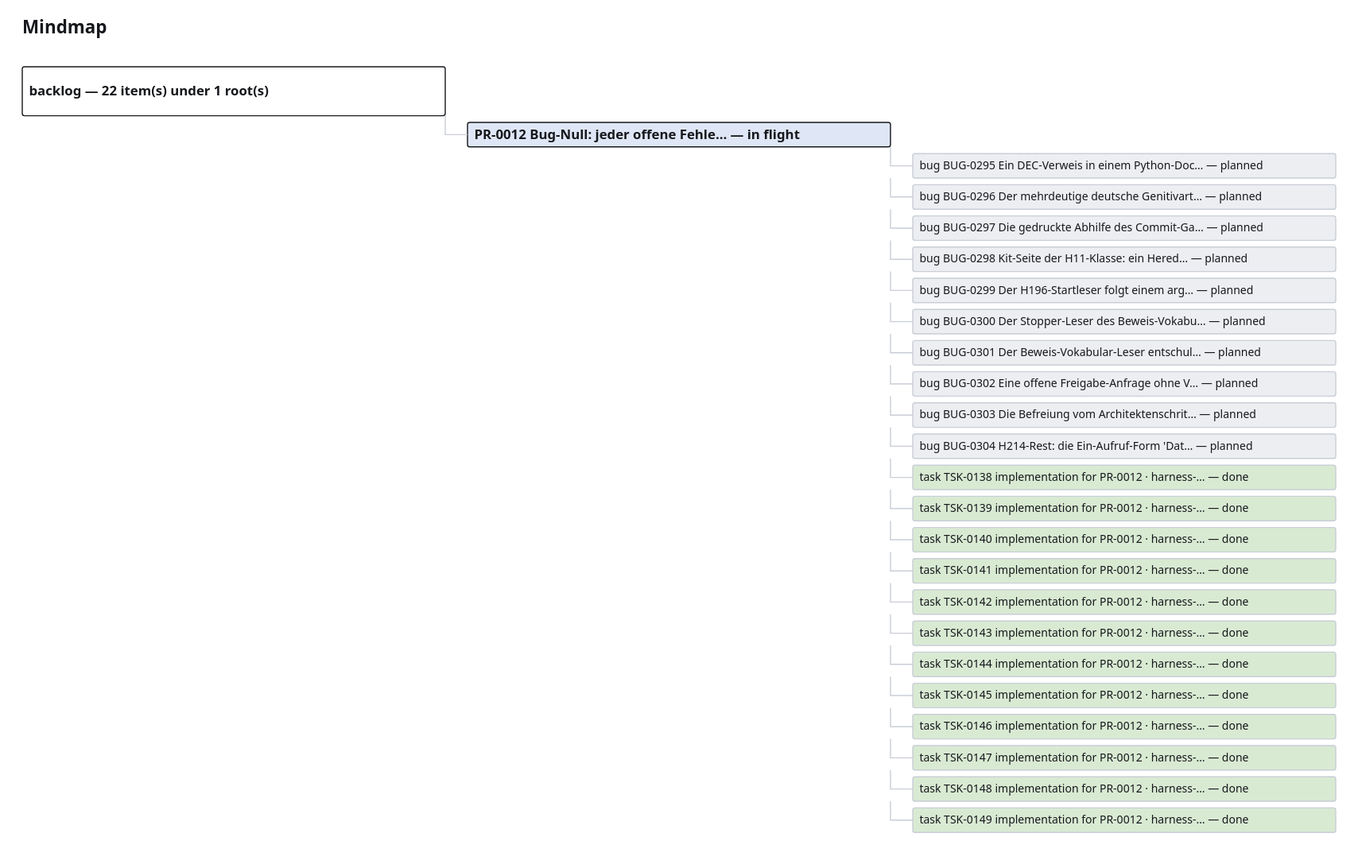
Earlier version of the draw.io export project_memory/generated/mindmap.drawio.svg (GiaZenX/harness). Source tidied: cells renumbered, new cells last; positions are measured from the earlier drawing's top-left corner, leaving out a move shared by most shapes.
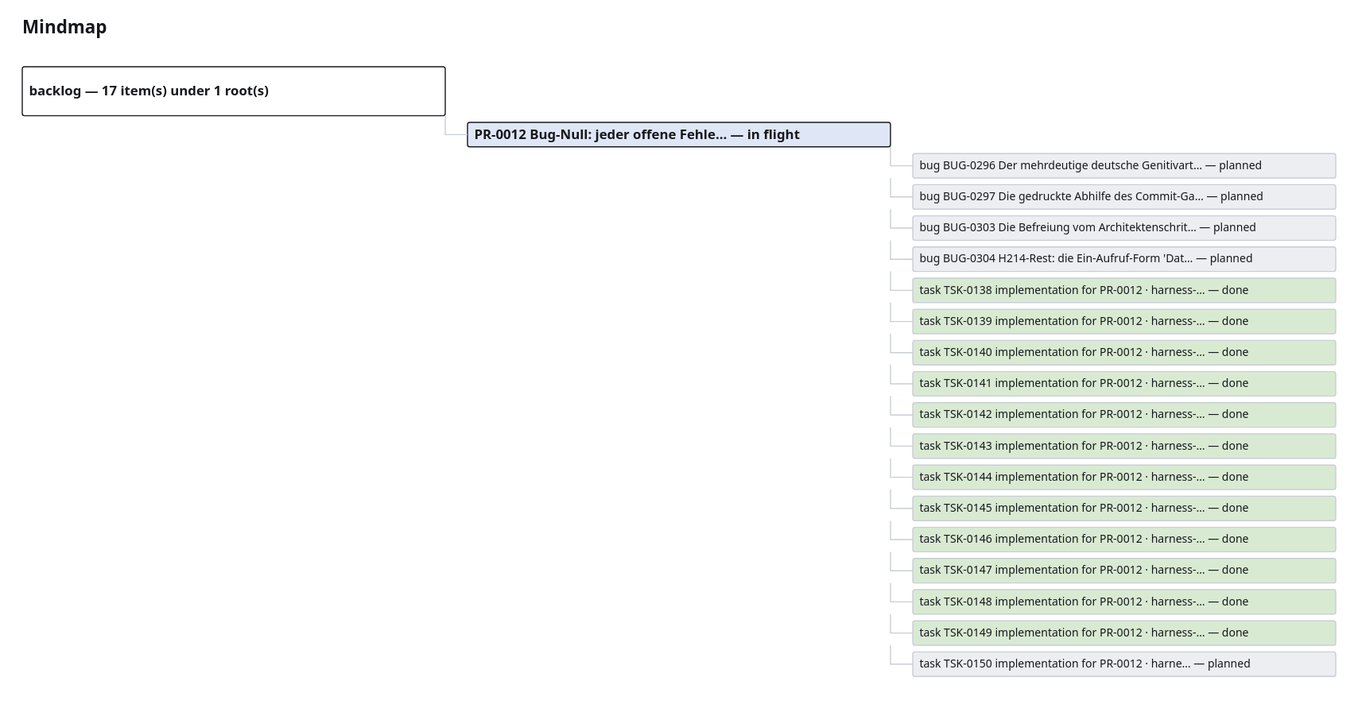
The same diagram one commit later.

What changed in the source:
```diff
@@ -5,7 +5,7 @@
     <mxCell id="2" value="Mindmap" style="text;html=1;fontSize=16;fontStyle=1;" parent="1" vertex="1">
       <mxGeometry width="300" height="20" as="geometry" />
     </mxCell>
-    <mxCell id="3" value="backlog — 22 item(s) under 1 root(s)" style="rounded=1;whiteSpace=wrap;html=1;fillColor=#ffffff;strokeColor=#16181c;fontSize=12;fontStyle=1;" parent="1" vertex="1">
+    <mxCell id="3" value="backlog — 17 item(s) under 1 root(s)" style="rounded=1;whiteSpace=wrap;html=1;fillColor=#ffffff;strokeColor=#16181c;fontSize=12;fontStyle=1;" parent="1" vertex="1">
       <mxGeometry y="44" width="380" height="44" as="geometry" />
     </mxCell>
     <mxCell id="4" value="PR-0012 Bug-Null: jeder offene Fehle… — in flight" style="rounded=1;whiteSpace=wrap;html=1;fillColor=#dfe6f5;strokeColor=#16181c;fontSize=12;fontStyle=1;" parent="1" vertex="1">
@@ -14,137 +14,107 @@
     <mxCell id="5" style="edgeStyle=orthogonalEdgeStyle;endArrow=none;strokeColor=#c9ced6;" parent="1" edge="1" source="3" target="4">
       <mxGeometry relative="1" as="geometry" />
     </mxCell>
-    <mxCell id="6" value="bug BUG-0295 Ein DEC-Verweis in einem Python-Doc… — planned" style="rounded=1;whiteSpace=wrap;html=1;fillColor=#eceef1;strokeColor=#c9ced6;fontSize=10;" parent="1" vertex="1">
+    <mxCell id="6" value="bug BUG-0296 Der mehrdeutige deutsche Genitivart… — planned" style="rounded=1;whiteSpace=wrap;html=1;fillColor=#eceef1;strokeColor=#c9ced6;fontSize=10;" parent="1" vertex="1">
       <mxGeometry x="800" y="122" width="380" height="22" as="geometry" />
     </mxCell>
     <mxCell id="7" style="edgeStyle=orthogonalEdgeStyle;endArrow=none;strokeColor=#c9ced6;" parent="1" edge="1" source="4" target="6">
       <mxGeometry relative="1" as="geometry" />
     </mxCell>
-    <mxCell id="8" value="bug BUG-0296 Der mehrdeutige deutsche Genitivart… — planned" style="rounded=1;whiteSpace=wrap;html=1;fillColor=#eceef1;strokeColor=#c9ced6;fontSize=10;" parent="1" vertex="1">
+    <mxCell id="8" value="bug BUG-0297 Die gedruckte Abhilfe des Commit-Ga… — planned" style="rounded=1;whiteSpace=wrap;html=1;fillColor=#eceef1;strokeColor=#c9ced6;fontSize=10;" parent="1" vertex="1">
       <mxGeometry x="800" y="150" width="380" height="22" as="geometry" />
     </mxCell>
     <mxCell id="9" style="edgeStyle=orthogonalEdgeStyle;endArrow=none;strokeColor=#c9ced6;" parent="1" edge="1" source="4" target="8">
       <mxGeometry relative="1" as="geometry" />
     </mxCell>
-    <mxCell id="10" value="bug BUG-0297 Die gedruckte Abhilfe des Commit-Ga… — planned" style="rounded=1;whiteSpace=wrap;html=1;fillColor=#eceef1;strokeColor=#c9ced6;fontSize=10;" parent="1" vertex="1">
+    <mxCell id="10" value="bug BUG-0303 Die Befreiung vom Architektenschrit… — planned" style="rounded=1;whiteSpace=wrap;html=1;fillColor=#eceef1;strokeColor=#c9ced6;fontSize=10;" parent="1" vertex="1">
       <mxGeometry x="800" y="178" width="380" height="22" as="geometry" />
     </mxCell>
     <mxCell id="11" style="edgeStyle=orthogonalEdgeStyle;endArrow=none;strokeColor=#c9ced6;" parent="1" edge="1" source="4" target="10">
       <mxGeometry relative="1" as="geometry" />
     </mxCell>
-    <mxCell id="12" value="bug BUG-0298 Kit-Seite der H11-Klasse: ein Hered… — planned" style="rounded=1;whiteSpace=wrap;html=1;fillColor=#eceef1;strokeColor=#c9ced6;fontSize=10;" parent="1" vertex="1">
+    <mxCell id="12" value="bug BUG-0304 H214-Rest: die Ein-Aufruf-Form 'Dat… — planned" style="rounded=1;whiteSpace=wrap;html=1;fillColor=#eceef1;strokeColor=#c9ced6;fontSize=10;" parent="1" vertex="1">
       <mxGeometry x="800" y="206" width="380" height="22" as="geometry" />
     </mxCell>
     <mxCell id="13" style="edgeStyle=orthogonalEdgeStyle;endArrow=none;strokeColor=#c9ced6;" parent="1" edge="1" source="4" target="12">
       <mxGeometry relative="1" as="geometry" />
     </mxCell>
-    <mxCell id="14" value="bug BUG-0299 Der H196-Startleser folgt einem arg… — planned" style="rounded=1;whiteSpace=wrap;html=1;fillColor=#eceef1;strokeColor=#c9ced6;fontSize=10;" parent="1" vertex="1">
+    <mxCell id="14" value="task TSK-0138 implementation for PR-0012 · harness-… — done" style="rounded=1;whiteSpace=wrap;html=1;fillColor=#d9ead3;strokeColor=#c9ced6;fontSize=10;" parent="1" vertex="1">
       <mxGeometry x="800" y="234" width="380" height="22" as="geometry" />
     </mxCell>
     <mxCell id="15" style="edgeStyle=orthogonalEdgeStyle;endArrow=none;strokeColor=#c9ced6;" parent="1" edge="1" source="4" target="14">
       <mxGeometry relative="1" as="geometry" />
     </mxCell>
-    <mxCell id="16" value="bug BUG-0300 Der Stopper-Leser des Beweis-Vokabu… — planned" style="rounded=1;whiteSpace=wrap;html=1;fillColor=#eceef1;strokeColor=#c9ced6;fontSize=10;" parent="1" vertex="1">
+    <mxCell id="16" value="task TSK-0139 implementation for PR-0012 · harness-… — done" style="rounded=1;whiteSpace=wrap;html=1;fillColor=#d9ead3;strokeColor=#c9ced6;fontSize=10;" parent="1" vertex="1">
       <mxGeometry x="800" y="262" width="380" height="22" as="geometry" />
     </mxCell>
     <mxCell id="17" style="edgeStyle=orthogonalEdgeStyle;endArrow=none;strokeColor=#c9ced6;" parent="1" edge="1" source="4" target="16">
       <mxGeometry relative="1" as="geometry" />
     </mxCell>
-    <mxCell id="18" value="bug BUG-0301 Der Beweis-Vokabular-Leser entschul… — planned" style="rounded=1;whiteSpace=wrap;html=1;fillColor=#eceef1;strokeColor=#c9ced6;fontSize=10;" parent="1" vertex="1">
+    <mxCell id="18" value="task TSK-0140 implementation for PR-0012 · harness-… — done" style="rounded=1;whiteSpace=wrap;html=1;fillColor=#d9ead3;strokeColor=#c9ced6;fontSize=10;" parent="1" vertex="1">
       <mxGeometry x="800" y="290" width="380" height="22" as="geometry" />
     </mxCell>
     <mxCell id="19" style="edgeStyle=orthogonalEdgeStyle;endArrow=none;strokeColor=#c9ced6;" parent="1" edge="1" source="4" target="18">
       <mxGeometry relative="1" as="geometry" />
     </mxCell>
-    <mxCell id="20" value="bug BUG-0302 Eine offene Freigabe-Anfrage ohne V… — planned" style="rounded=1;whiteSpace=wrap;html=1;fillColor=#eceef1;strokeColor=#c9ced6;fontSize=10;" parent="1" vertex="1">
+    <mxCell id="20" value="task TSK-0141 implementation for PR-0012 · harness-… — done" style="rounded=1;whiteSpace=wrap;html=1;fillColor=#d9ead3;strokeColor=#c9ced6;fontSize=10;" parent="1" vertex="1">
       <mxGeometry x="800" y="318" width="380" height="22" as="geometry" />
     </mxCell>
     <mxCell id="21" style="edgeStyle=orthogonalEdgeStyle;endArrow=none;strokeColor=#c9ced6;" parent="1" edge="1" source="4" target="20">
       <mxGeometry relative="1" as="geometry" />
     </mxCell>
-    <mxCell id="22" value="bug BUG-0303 Die Befreiung vom Architektenschrit… — planned" style="rounded=1;whiteSpace=wrap;html=1;fillColor=#eceef1;strokeColor=#c9ced6;fontSize=10;" parent="1" vertex="1">
+    <mxCell id="22" value="task TSK-0142 implementation for PR-0012 · harness-… — done" style="rounded=1;whiteSpace=wrap;html=1;fillColor=#d9ead3;strokeColor=#c9ced6;fontSize=10;" parent="1" vertex="1">
       <mxGeometry x="800" y="346" width="380" height="22" as="geometry" />
     </mxCell>
     <mxCell id="23" style="edgeStyle=orthogonalEdgeStyle;endArrow=none;strokeColor=#c9ced6;" parent="1" edge="1" source="4" target="22">
       <mxGeometry relative="1" as="geometry" />
     </mxCell>
-    <mxCell id="24" value="bug BUG-0304 H214-Rest: die Ein-Aufruf-Form 'Dat… — planned" style="rounded=1;whiteSpace=wrap;html=1;fillColor=#eceef1;strokeColor=#c9ced6;fontSize=10;" parent="1" vertex="1">
+    <mxCell id="24" value="task TSK-0143 implementation for PR-0012 · harness-… — done" style="rounded=1;whiteSpace=wrap;html=1;fillColor=#d9ead3;strokeColor=#c9ced6;fontSize=10;" parent="1" vertex="1">
       <mxGeometry x="800" y="374" width="380" height="22" as="geometry" />
     </mxCell>
     <mxCell id="25" style="edgeStyle=orthogonalEdgeStyle;endArrow=none;strokeColor=#c9ced6;" parent="1" edge="1" source="4" target="24">
       <mxGeometry relative="1" as="geometry" />
     </mxCell>
-    <mxCell id="26" value="task TSK-0138 implementation for PR-0012 · harness-… — done" style="rounded=1;whiteSpace=wrap;html=1;fillColor=#d9ead3;strokeColor=#c9ced6;fontSize=10;" parent="1" vertex="1">
+    <mxCell id="26" value="task TSK-0144 implementation for PR-0012 · harness-… — done" style="rounded=1;whiteSpace=wrap;html=1;fillColor=#d9ead3;strokeColor=#c9ced6;fontSize=10;" parent="1" vertex="1">
       <mxGeometry x="800" y="402" width="380" height="22" as="geometry" />
     </mxCell>
     <mxCell id="27" style="edgeStyle=orthogonalEdgeStyle;endArrow=none;strokeColor=#c9ced6;" parent="1" edge="1" source="4" target="26">
       <mxGeometry relative="1" as="geometry" />
     </mxCell>
-    <mxCell id="28" value="task TSK-0139 implementation for PR-0012 · harness-… — done" style="rounded=1;whiteSpace=wrap;html=1;fillColor=#d9ead3;strokeColor=#c9ced6;fontSize=10;" parent="1" vertex="1">
+    <mxCell id="28" value="task TSK-0145 implementation for PR-0012 · harness-… — done" style="rounded=1;whiteSpace=wrap;html=1;fillColor=#d9ead3;strokeColor=#c9ced6;fontSize=10;" parent="1" vertex="1">
       <mxGeometry x="800" y="430" width="380" height="22" as="geometry" />
     </mxCell>
     <mxCell id="29" style="edgeStyle=orthogonalEdgeStyle;endArrow=none;strokeColor=#c9ced6;" parent="1" edge="1" source="4" target="28">
       <mxGeometry relative="1" as="geometry" />
     </mxCell>
-    <mxCell id="30" value="task TSK-0140 implementation for PR-0012 · harness-… — done" style="rounded=1;whiteSpace=wrap;html=1;fillColor=#d9ead3;strokeColor=#c9ced6;fontSize=10;" parent="1" vertex="1">
+    <mxCell id="30" value="task TSK-0146 implementation for PR-0012 · harness-… — done" style="rounded=1;whiteSpace=wrap;html=1;fillColor=#d9ead3;strokeColor=#c9ced6;fontSize=10;" parent="1" vertex="1">
       <mxGeometry x="800" y="458" width="380" height="22" as="geometry" />
     </mxCell>
     <mxCell id="31" style="edgeStyle=orthogonalEdgeStyle;endArrow=none;strokeColor=#c9ced6;" parent="1" edge="1" source="4" target="30">
       <mxGeometry relative="1" as="geometry" />
     </mxCell>
-    <mxCell id="32" value="task TSK-0141 implementation for PR-0012 · harness-… — done" style="rounded=1;whiteSpace=wrap;html=1;fillColor=#d9ead3;strokeColor=#c9ced6;fontSize=10;" parent="1" vertex="1">
+    <mxCell id="32" value="task TSK-0147 implementation for PR-0012 · harness-… — done" style="rounded=1;whiteSpace=wrap;html=1;fillColor=#d9ead3;strokeColor=#c9ced6;fontSize=10;" parent="1" vertex="1">
       <mxGeometry x="800" y="486" width="380" height="22" as="geometry" />
     </mxCell>
     <mxCell id="33" style="edgeStyle=orthogonalEdgeStyle;endArrow=none;strokeColor=#c9ced6;" parent="1" edge="1" source="4" target="32">
       <mxGeometry relative="1" as="geometry" />
     </mxCell>
-    <mxCell id="34" value="task TSK-0142 implementation for PR-0012 · harness-… — done" style="rounded=1;whiteSpace=wrap;html=1;fillColor=#d9ead3;strokeColor=#c9ced6;fontSize=10;" parent="1" vertex="1">
+    <mxCell id="34" value="task TSK-0148 implementation for PR-0012 · harness-… — done" style="rounded=1;whiteSpace=wrap;html=1;fillColor=#d9ead3;strokeColor=#c9ced6;fontSize=10;" parent="1" vertex="1">
       <mxGeometry x="800" y="514" width="380" height="22" as="geometry" />
     </mxCell>
     <mxCell id="35" style="edgeStyle=orthogonalEdgeStyle;endArrow=none;strokeColor=#c9ced6;" parent="1" edge="1" source="4" target="34">
       <mxGeometry relative="1" as="geometry" />
     </mxCell>
-    <mxCell id="36" value="task TSK-0143 implementation for PR-0012 · harness-… — done" style="rounded=1;whiteSpace=wrap;html=1;fillColor=#d9ead3;strokeColor=#c9ced6;fontSize=10;" parent="1" vertex="1">
+    <mxCell id="36" value="task TSK-0149 implementation for PR-0012 · harness-… — done" style="rounded=1;whiteSpace=wrap;html=1;fillColor=#d9ead3;strokeColor=#c9ced6;fontSize=10;" parent="1" vertex="1">
       <mxGeometry x="800" y="542" width="380" height="22" as="geometry" />
     </mxCell>
     <mxCell id="37" style="edgeStyle=orthogonalEdgeStyle;endArrow=none;strokeColor=#c9ced6;" parent="1" edge="1" source="4" target="36">
       <mxGeometry relative="1" as="geometry" />
     </mxCell>
-    <mxCell id="38" value="task TSK-0144 implementation for PR-0012 · harness-… — done" style="rounded=1;whiteSpace=wrap;html=1;fillColor=#d9ead3;strokeColor=#c9ced6;fontSize=10;" parent="1" vertex="1">
+    <mxCell id="38" value="task TSK-0150 implementation for PR-0012 · harne… — planned" style="rounded=1;whiteSpace=wrap;html=1;fillColor=#eceef1;strokeColor=#c9ced6;fontSize=10;" parent="1" vertex="1">
       <mxGeometry x="800" y="570" width="380" height="22" as="geometry" />
     </mxCell>
     <mxCell id="39" style="edgeStyle=orthogonalEdgeStyle;endArrow=none;strokeColor=#c9ced6;" parent="1" edge="1" source="4" target="38">
       <mxGeometry relative="1" as="geometry" />
     </mxCell>
-    <mxCell id="40" value="task TSK-0145 implementation for PR-0012 · harness-… — done" style="rounded=1;whiteSpace=wrap;html=1;fillColor=#d9ead3;strokeColor=#c9ced6;fontSize=10;" parent="1" vertex="1">
-      <mxGeometry x="800" y="598" width="380" height="22" as="geometry" />
-    </mxCell>
-    <mxCell id="41" style="edgeStyle=orthogonalEdgeStyle;endArrow=none;strokeColor=#c9ced6;" parent="1" edge="1" source="4" target="40">
-      <mxGeometry relative="1" as="geometry" />
-    </mxCell>
-    <mxCell id="42" value="task TSK-0146 implementation for PR-0012 · harness-… — done" style="rounded=1;whiteSpace=wrap;html=1;fillColor=#d9ead3;strokeColor=#c9ced6;fontSize=10;" parent="1" vertex="1">
-      <mxGeometry x="800" y="626" width="380" height="22" as="geometry" />
-    </mxCell>
-    <mxCell id="43" style="edgeStyle=orthogonalEdgeStyle;endArrow=none;strokeColor=#c9ced6;" parent="1" edge="1" source="4" target="42">
-      <mxGeometry relative="1" as="geometry" />
-    </mxCell>
-    <mxCell id="44" value="task TSK-0147 implementation for PR-0012 · harness-… — done" style="rounded=1;whiteSpace=wrap;html=1;fillColor=#d9ead3;strokeColor=#c9ced6;fontSize=10;" parent="1" vertex="1">
-      <mxGeometry x="800" y="654" width="380" height="22" as="geometry" />
-    </mxCell>
-    <mxCell id="45" style="edgeStyle=orthogonalEdgeStyle;endArrow=none;strokeColor=#c9ced6;" parent="1" edge="1" source="4" target="44">
-      <mxGeometry relative="1" as="geometry" />
-    </mxCell>
-    <mxCell id="46" value="task TSK-0148 implementation for PR-0012 · harness-… — done" style="rounded=1;whiteSpace=wrap;html=1;fillColor=#d9ead3;strokeColor=#c9ced6;fontSize=10;" parent="1" vertex="1">
-      <mxGeometry x="800" y="682" width="380" height="22" as="geometry" />
-    </mxCell>
-    <mxCell id="47" style="edgeStyle=orthogonalEdgeStyle;endArrow=none;strokeColor=#c9ced6;" parent="1" edge="1" source="4" target="46">
-      <mxGeometry relative="1" as="geometry" />
-    </mxCell>
-    <mxCell id="48" value="task TSK-0149 implementation for PR-0012 · harness-… — done" style="rounded=1;whiteSpace=wrap;html=1;fillColor=#d9ead3;strokeColor=#c9ced6;fontSize=10;" parent="1" vertex="1">
-      <mxGeometry x="800" y="710" width="380" height="22" as="geometry" />
-    </mxCell>
-    <mxCell id="49" style="edgeStyle=orthogonalEdgeStyle;endArrow=none;strokeColor=#c9ced6;" parent="1" edge="1" source="4" target="48">
-      <mxGeometry relative="1" as="geometry" />
-    </mxCell>
   </root>
 </mxGraphModel>
```
